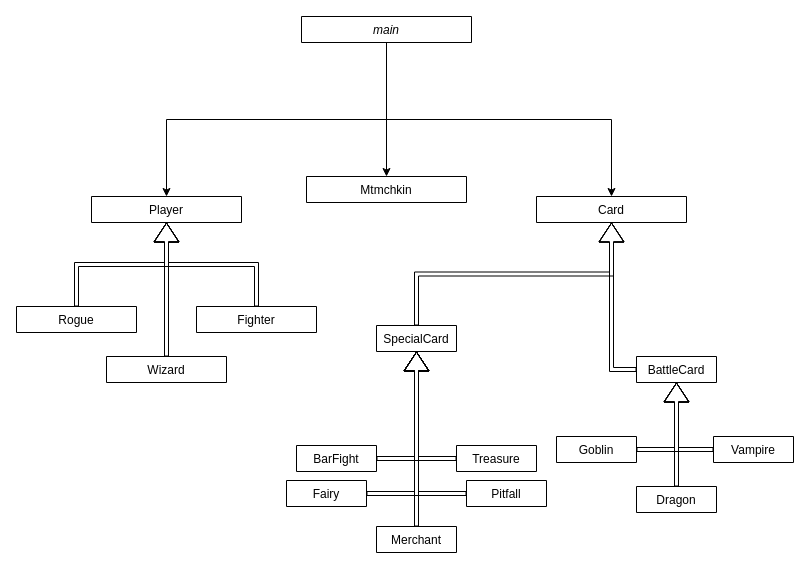
Before: dry.drawio in hssainazaqy/ex4, a draw.io diagram. Source tidied: cells renumbered, new cells numbered last; positions are measured from the earlier drawing's top-left corner, leaving out a move shared by most shapes. Both pictures are drawn from the tidied source at 100%, with x=0, y=0 at pixel (16, 16).
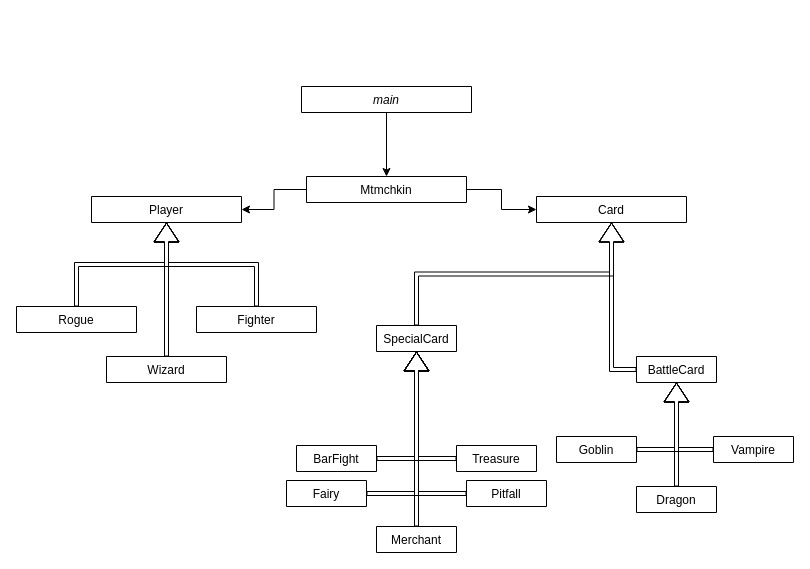
The same diagram, later.

Unchanged cells that the change refers to:
```xml
<mxCell id="6" value="Player" style="swimlane;fontStyle=0;align=center;verticalAlign=top;horizontal=1;startSize=26;rounded=0;shadow=0;strokeWidth=1;" parent="1" vertex="1" collapsed="1">
  <mxGeometry x="75" y="180" width="150" height="26" as="geometry" />
</mxCell>
<mxCell id="8" value="Card" style="swimlane;fontStyle=0;align=center;verticalAlign=middle;horizontal=1;startSize=26;rounded=0;shadow=0;strokeWidth=1;" parent="1" vertex="1" collapsed="1">
  <mxGeometry x="520" y="180" width="150" height="26" as="geometry" />
</mxCell>
<mxCell id="9" value="Mtmchkin" style="swimlane;fontStyle=0;align=center;verticalAlign=middle;horizontal=1;startSize=26;rounded=0;shadow=0;strokeWidth=1;" parent="1" vertex="1" collapsed="1">
  <mxGeometry x="290" y="160" width="160" height="26" as="geometry" />
</mxCell>
```

Change to the diagram source:
```diff
@@
-    <mxCell id="2" style="edgeStyle=orthogonalEdgeStyle;rounded=0;jettySize=auto;html=1;entryX=0.5;entryY=0;entryDx=0;entryDy=0;exitX=0.5;exitY=1;exitDx=0;exitDy=0;" parent="1" edge="1" source="5" target="8">
-      <mxGeometry relative="1" as="geometry" />
-    </mxCell>
-    <mxCell id="3" style="edgeStyle=orthogonalEdgeStyle;rounded=0;jettySize=auto;html=1;entryX=0.5;entryY=0;entryDx=0;entryDy=0;exitX=0.5;exitY=1;exitDx=0;exitDy=0;" parent="1" edge="1" source="5" target="6">
-      <mxGeometry relative="1" as="geometry" />
-    </mxCell>
@@
     <mxCell id="5" value="main" style="swimlane;fontStyle=2;align=center;verticalAlign=top;horizontal=1;startSize=26;rounded=0;shadow=0;strokeWidth=1;" parent="1" vertex="1" collapsed="1">
-      <mxGeometry x="285" width="170" height="26" as="geometry" />
+      <mxGeometry x="285" y="70" width="170" height="26" as="geometry" />
     </mxCell>
@@
+    <mxCell id="36" style="edgeStyle=orthogonalEdgeStyle;rounded=0;jettySize=auto;html=1;exitX=1;exitY=0.5;exitDx=0;exitDy=0;entryX=0;entryY=0.5;entryDx=0;entryDy=0;" parent="1" edge="1" source="9" target="8">
+      <mxGeometry relative="1" as="geometry" />
+    </mxCell>
+    <mxCell id="37" style="edgeStyle=orthogonalEdgeStyle;rounded=0;jettySize=auto;html=1;exitX=0;exitY=0.5;exitDx=0;exitDy=0;entryX=1;entryY=0.5;entryDx=0;entryDy=0;" parent="1" edge="1" source="9" target="6">
+      <mxGeometry relative="1" as="geometry" />
+    </mxCell>
```
